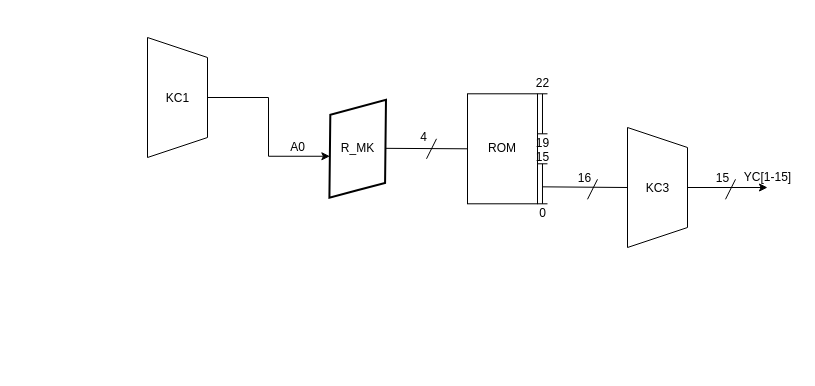
This is BMK.drawio from TimurQQ/Workshop, a draw.io file, before an edit. Source tidied: cells renumbered, new cells numbered last; positions are measured from the earlier drawing's top-left corner, leaving out a move shared by most shapes. Both pictures are drawn from the tidied source at 100%, with x=0, y=0 at pixel (117, 67).
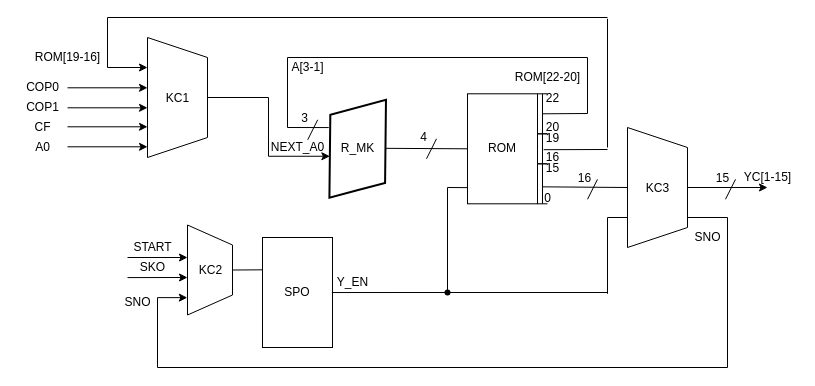
Above is the later version.

The change refers to these unchanged cells:
```xml
<mxCell id="2" style="shape=parallelogram;html=1;strokeWidth=2;perimeter=parallelogramPerimeter;whiteSpace=wrap;rounded=1;arcSize=0;size=0.2796562499999993;rotation=-15;" parent="1" vertex="1">
  <mxGeometry x="200.2" y="41.3" width="80" height="80" as="geometry" />
</mxCell>
<mxCell id="8" value="ROM" style="rounded=0;whiteSpace=wrap;html=1;" parent="1" vertex="1">
  <mxGeometry x="350" y="26.3" width="70" height="110" as="geometry" />
</mxCell>
<mxCell id="12" style="shape=crossbar;whiteSpace=wrap;html=1;rounded=1;direction=south;" parent="1" vertex="1">
  <mxGeometry x="420" y="26.3" width="10" height="40" as="geometry" />
</mxCell>
<mxCell id="18" style="shape=trapezoid;perimeter=trapezoidPerimeter;whiteSpace=wrap;html=1;fixedSize=1;rotation=90;" parent="1" vertex="1">
  <mxGeometry x="480" y="90" width="120" height="60" as="geometry" />
</mxCell>
```

The edit, as a diff of the source:
```diff
@@
-    <mxCell id="7" value="A0" style="text;html=1;align=center;verticalAlign=middle;strokeColor=none;fillColor=none;" parent="1" vertex="1">
-      <mxGeometry x="165" y="70" width="30" height="20" as="geometry" />
+    <mxCell id="7" value="NEXT_A0" style="text;html=1;align=center;verticalAlign=middle;strokeColor=none;fillColor=none;" parent="1" vertex="1">
+      <mxGeometry x="145" y="70" width="70" height="20" as="geometry" />
     </mxCell>
@@
     <mxCell id="13" value="22" style="text;html=1;align=center;verticalAlign=middle;strokeColor=none;fillColor=none;" parent="1" vertex="1">
-      <mxGeometry x="410" y="6.3" width="30" height="20" as="geometry" />
+      <mxGeometry x="420" y="21.3" width="30" height="20" as="geometry" />
     </mxCell>
-    <mxCell id="14" value="19" style="text;html=1;align=center;verticalAlign=middle;strokeColor=none;fillColor=none;" parent="1" vertex="1">
-      <mxGeometry x="410" y="66.3" width="30" height="20" as="geometry" />
+    <mxCell id="14" value="20" style="text;html=1;align=center;verticalAlign=middle;strokeColor=none;fillColor=none;" parent="1" vertex="1">
+      <mxGeometry x="420" y="50" width="30" height="20" as="geometry" />
     </mxCell>
@@
     <mxCell id="16" value="15" style="text;html=1;align=center;verticalAlign=middle;strokeColor=none;fillColor=none;" parent="1" vertex="1">
-      <mxGeometry x="410" y="80.3" width="30" height="20" as="geometry" />
+      <mxGeometry x="420" y="91.3" width="30" height="20" as="geometry" />
     </mxCell>
     <mxCell id="17" value="0" style="text;html=1;align=center;verticalAlign=middle;strokeColor=none;fillColor=none;" parent="1" vertex="1">
-      <mxGeometry x="415" y="136.3" width="20" height="20" as="geometry" />
+      <mxGeometry x="420" y="121.3" width="20" height="20" as="geometry" />
     </mxCell>
@@
+    <mxCell id="27" style="endArrow=none;html=1;rounded=0;entryX=0.5;entryY=0.5;entryDx=0;entryDy=0;entryPerimeter=0;" parent="1" edge="1" target="12">
+      <mxGeometry relative="1" as="geometry">
+        <mxPoint x="470" y="46" as="sourcePoint" />
+      </mxGeometry>
+    </mxCell>
+    <mxCell id="28" style="endArrow=none;html=1;rounded=0;" parent="1" edge="1">
+      <mxGeometry relative="1" as="geometry">
+        <mxPoint x="470" y="-10" as="sourcePoint" />
+        <mxPoint x="470" y="46" as="targetPoint" />
+      </mxGeometry>
+    </mxCell>
+    <mxCell id="29" style="endArrow=none;html=1;rounded=0;" parent="1" edge="1">
+      <mxGeometry relative="1" as="geometry">
+        <mxPoint x="170" y="-10" as="sourcePoint" />
+        <mxPoint x="470" y="-10" as="targetPoint" />
+      </mxGeometry>
+    </mxCell>
+    <mxCell id="30" style="endArrow=none;html=1;rounded=0;" parent="1" edge="1">
+      <mxGeometry relative="1" as="geometry">
+        <mxPoint x="170" y="-10" as="sourcePoint" />
+        <mxPoint x="170" y="60" as="targetPoint" />
+      </mxGeometry>
+    </mxCell>
+    <mxCell id="31" style="endArrow=none;html=1;rounded=0;entryX=0.219;entryY=0.15;entryDx=0;entryDy=0;entryPerimeter=0;" parent="1" edge="1" target="2">
+      <mxGeometry relative="1" as="geometry">
+        <mxPoint x="170" y="60" as="sourcePoint" />
+      </mxGeometry>
+    </mxCell>
+    <mxCell id="32" style="endArrow=none;html=1;rounded=0;fontFamily=Helvetica;fontSize=18;" parent="1" edge="1">
+      <mxGeometry relative="1" as="geometry">
+        <mxPoint x="190.2" y="72.3" as="sourcePoint" />
+        <mxPoint x="200.2" y="52.3" as="targetPoint" />
+      </mxGeometry>
+    </mxCell>
+    <mxCell id="33" value="3" style="text;html=1;align=center;verticalAlign=middle;strokeColor=none;fillColor=none;" parent="1" vertex="1">
+      <mxGeometry x="177.2" y="41.3" width="20" height="20" as="geometry" />
+    </mxCell>
+    <mxCell id="34" value="A[3-1]" style="text;html=1;align=center;verticalAlign=middle;strokeColor=none;fillColor=none;" parent="1" vertex="1">
+      <mxGeometry x="165.2" y="-10" width="50" height="20" as="geometry" />
+    </mxCell>
+    <mxCell id="35" style="shape=crossbar;whiteSpace=wrap;html=1;rounded=1;direction=south;" parent="1" vertex="1">
+      <mxGeometry x="420" y="66.3" width="10" height="30" as="geometry" />
+    </mxCell>
+    <mxCell id="36" value="19" style="text;html=1;align=center;verticalAlign=middle;strokeColor=none;fillColor=none;" parent="1" vertex="1">
+      <mxGeometry x="420" y="61.3" width="30" height="20" as="geometry" />
+    </mxCell>
+    <mxCell id="37" value="16" style="text;html=1;align=center;verticalAlign=middle;points=[];strokeColor=none;fillColor=none;" parent="1" vertex="1">
+      <mxGeometry x="420" y="80.3" width="30" height="20" as="geometry" />
+    </mxCell>
+    <mxCell id="38" style="endArrow=none;html=1;rounded=0;entryX=0.207;entryY=0.095;entryDx=0;entryDy=0;entryPerimeter=0;" parent="1" edge="1" target="37">
+      <mxGeometry relative="1" as="geometry">
+        <mxPoint x="490" y="82" as="sourcePoint" />
+      </mxGeometry>
+    </mxCell>
+    <mxCell id="39" style="endArrow=none;html=1;rounded=0;" parent="1" edge="1">
+      <mxGeometry relative="1" as="geometry">
+        <mxPoint x="490" y="-48.7" as="sourcePoint" />
+        <mxPoint x="490" y="80" as="targetPoint" />
+      </mxGeometry>
+    </mxCell>
+    <mxCell id="40" style="endArrow=none;html=1;rounded=0;" parent="1" edge="1">
+      <mxGeometry relative="1" as="geometry">
+        <mxPoint x="-10" y="-50" as="sourcePoint" />
+        <mxPoint x="490" y="-50" as="targetPoint" />
+      </mxGeometry>
+    </mxCell>
+    <mxCell id="41" style="endArrow=none;html=1;rounded=0;" parent="1" edge="1">
+      <mxGeometry relative="1" as="geometry">
+        <mxPoint x="-10" y="-50" as="sourcePoint" />
+        <mxPoint x="-10" as="targetPoint" />
+      </mxGeometry>
+    </mxCell>
+    <mxCell id="42" style="endArrow=classic;html=1;rounded=0;" parent="1" edge="1">
+      <mxGeometry relative="1" as="geometry">
+        <mxPoint x="-10" as="sourcePoint" />
+        <mxPoint x="30" as="targetPoint" />
+      </mxGeometry>
+    </mxCell>
+    <mxCell id="43" value="ROM[19-16]" style="text;html=1;align=center;verticalAlign=middle;strokeColor=none;fillColor=none;" parent="1" vertex="1">
+      <mxGeometry x="-90" y="-20" width="80" height="20" as="geometry" />
+    </mxCell>
+    <mxCell id="44" style="endArrow=classic;html=1;rounded=0;exitX=0.5;exitY=0;exitDx=0;exitDy=0;" parent="1" edge="1">
+      <mxGeometry relative="1" as="geometry">
+        <mxPoint x="-50" y="20.3" as="sourcePoint" />
+        <mxPoint x="30" y="20.3" as="targetPoint" />
+      </mxGeometry>
+    </mxCell>
+    <mxCell id="45" style="endArrow=classic;html=1;rounded=0;exitX=0.5;exitY=0;exitDx=0;exitDy=0;" parent="1" edge="1">
+      <mxGeometry relative="1" as="geometry">
+        <mxPoint x="-50" y="40.3" as="sourcePoint" />
+        <mxPoint x="30" y="40.3" as="targetPoint" />
+      </mxGeometry>
+    </mxCell>
+    <mxCell id="46" style="endArrow=classic;html=1;rounded=0;exitX=0.5;exitY=0;exitDx=0;exitDy=0;" parent="1" edge="1">
+      <mxGeometry relative="1" as="geometry">
+        <mxPoint x="-50" y="59.3" as="sourcePoint" />
+        <mxPoint x="30" y="59.3" as="targetPoint" />
+      </mxGeometry>
+    </mxCell>
+    <mxCell id="47" style="endArrow=classic;html=1;rounded=0;exitX=0.5;exitY=0;exitDx=0;exitDy=0;" parent="1" edge="1">
+      <mxGeometry relative="1" as="geometry">
+        <mxPoint x="-50" y="79.3" as="sourcePoint" />
+        <mxPoint x="30" y="79.3" as="targetPoint" />
+      </mxGeometry>
+    </mxCell>
+    <mxCell id="48" value="COP0" style="text;html=1;align=center;verticalAlign=middle;strokeColor=none;fillColor=none;" parent="1" vertex="1">
+      <mxGeometry x="-100" y="10" width="50" height="20" as="geometry" />
+    </mxCell>
+    <mxCell id="49" value="COP1" style="text;html=1;align=center;verticalAlign=middle;strokeColor=none;fillColor=none;" parent="1" vertex="1">
+      <mxGeometry x="-100" y="30" width="50" height="20" as="geometry" />
+    </mxCell>
+    <mxCell id="50" value="CF" style="text;html=1;align=center;verticalAlign=middle;strokeColor=none;fillColor=none;" parent="1" vertex="1">
+      <mxGeometry x="-90" y="50" width="30" height="20" as="geometry" />
+    </mxCell>
+    <mxCell id="51" value="A0" style="text;html=1;align=center;verticalAlign=middle;strokeColor=none;fillColor=none;" parent="1" vertex="1">
+      <mxGeometry x="-90" y="70" width="30" height="20" as="geometry" />
+    </mxCell>
+    <mxCell id="52" value="ROM[22-20]" style="text;html=1;align=center;verticalAlign=middle;strokeColor=none;fillColor=none;" parent="1" vertex="1">
+      <mxGeometry x="390" width="80" height="20" as="geometry" />
+    </mxCell>
+    <mxCell id="53" value="SPO" style="rounded=0;whiteSpace=wrap;html=1;" parent="1" vertex="1">
+      <mxGeometry x="145" y="170" width="70" height="110" as="geometry" />
+    </mxCell>
+    <mxCell id="54" style="endArrow=none;html=1;rounded=0;exitDx=0;exitDy=0;startArrow=none;" parent="1" edge="1" source="61">
+      <mxGeometry relative="1" as="geometry">
+        <mxPoint x="330" y="225" as="targetPoint" />
+      </mxGeometry>
+    </mxCell>
+    <mxCell id="55" value="Y_EN" style="text;html=1;align=center;verticalAlign=middle;points=[];strokeColor=none;fillColor=none;" parent="1" vertex="1">
+      <mxGeometry x="210" y="205" width="50" height="20" as="geometry" />
+    </mxCell>
+    <mxCell id="56" style="endArrow=none;html=1;rounded=0;" parent="1" edge="1">
+      <mxGeometry relative="1" as="geometry">
+        <mxPoint x="330" y="225" as="sourcePoint" />
+        <mxPoint x="330" y="120" as="targetPoint" />
+      </mxGeometry>
+    </mxCell>
+    <mxCell id="57" style="endArrow=none;html=1;rounded=0;exitX=-0.004;exitY=0.853;exitDx=0;exitDy=0;exitPerimeter=0;" parent="1" edge="1" source="8">
+      <mxGeometry relative="1" as="geometry">
+        <mxPoint x="330" y="120" as="targetPoint" />
+      </mxGeometry>
+    </mxCell>
+    <mxCell id="58" style="endArrow=none;html=1;rounded=0;" parent="1" edge="1">
+      <mxGeometry relative="1" as="geometry">
+        <mxPoint x="330" y="225" as="sourcePoint" />
+        <mxPoint x="490" y="225" as="targetPoint" />
+      </mxGeometry>
+    </mxCell>
+    <mxCell id="59" style="endArrow=none;html=1;rounded=0;" parent="1" edge="1">
+      <mxGeometry relative="1" as="geometry">
+        <mxPoint x="490" y="226.3" as="sourcePoint" />
+        <mxPoint x="490" y="150" as="targetPoint" />
+      </mxGeometry>
+    </mxCell>
+    <mxCell id="60" style="endArrow=none;html=1;rounded=0;exitX=0.75;exitY=1;exitDx=0;exitDy=0;" parent="1" edge="1" source="18">
+      <mxGeometry relative="1" as="geometry">
+        <mxPoint x="490" y="150" as="targetPoint" />
+      </mxGeometry>
+    </mxCell>
+    <mxCell id="61" style="shape=waypoint;sketch=0;fillStyle=solid;size=6;points=[];fillColor=none;perimeter=centerPerimeter;snapToPoint=1;" parent="1" vertex="1">
+      <mxGeometry x="310" y="205" width="40" height="40" as="geometry" />
+    </mxCell>
+    <mxCell id="62" style="endArrow=none;html=1;rounded=0;exitX=0.088;exitY=1.002;exitDx=0;exitDy=0;exitPerimeter=0;" parent="1" edge="1" source="55" target="61">
+      <mxGeometry relative="1" as="geometry" />
+    </mxCell>
+    <mxCell id="63" style="endArrow=none;html=1;rounded=0;entryX=0.75;entryY=0;entryDx=0;entryDy=0;" parent="1" edge="1" target="18">
+      <mxGeometry relative="1" as="geometry">
+        <mxPoint x="610" y="150" as="sourcePoint" />
+      </mxGeometry>
+    </mxCell>
+    <mxCell id="64" style="endArrow=none;html=1;rounded=0;" parent="1" edge="1">
+      <mxGeometry relative="1" as="geometry">
+        <mxPoint x="610" y="300" as="sourcePoint" />
+        <mxPoint x="610" y="150" as="targetPoint" />
+      </mxGeometry>
+    </mxCell>
+    <mxCell id="65" style="endArrow=none;html=1;rounded=0;" parent="1" edge="1">
+      <mxGeometry relative="1" as="geometry">
+        <mxPoint x="40" y="300" as="sourcePoint" />
+        <mxPoint x="610" y="300" as="targetPoint" />
+      </mxGeometry>
+    </mxCell>
+    <mxCell id="66" value="SNO" style="text;html=1;align=center;verticalAlign=middle;strokeColor=none;fillColor=none;" parent="1" vertex="1">
+      <mxGeometry x="570" y="160" width="40" height="20" as="geometry" />
+    </mxCell>
+    <mxCell id="67" style="endArrow=none;html=1;rounded=0;" parent="1" edge="1">
+      <mxGeometry relative="1" as="geometry">
+        <mxPoint x="40" y="230" as="sourcePoint" />
+        <mxPoint x="40" y="300" as="targetPoint" />
+      </mxGeometry>
+    </mxCell>
+    <mxCell id="68" value="SNO" style="text;html=1;align=center;verticalAlign=middle;points=[];strokeColor=none;fillColor=none;" parent="1" vertex="1">
+      <mxGeometry y="225" width="40" height="20" as="geometry" />
+    </mxCell>
+    <mxCell id="69" style="endArrow=classic;html=1;rounded=0;" parent="1" edge="1">
+      <mxGeometry relative="1" as="geometry">
+        <mxPoint x="10" y="190" as="sourcePoint" />
+        <mxPoint x="70" y="190" as="targetPoint" />
+      </mxGeometry>
+    </mxCell>
+    <mxCell id="70" value="START" style="text;html=1;align=center;verticalAlign=middle;strokeColor=none;fillColor=none;" parent="1" vertex="1">
+      <mxGeometry x="10" y="170" width="50" height="20" as="geometry" />
+    </mxCell>
+    <mxCell id="71" style="endArrow=classic;html=1;rounded=0;" parent="1" edge="1">
+      <mxGeometry relative="1" as="geometry">
+        <mxPoint x="10" y="210.1" as="sourcePoint" />
+        <mxPoint x="70" y="210" as="targetPoint" />
+      </mxGeometry>
+    </mxCell>
+    <mxCell id="72" value="SKO" style="text;html=1;align=center;verticalAlign=middle;strokeColor=none;fillColor=none;" parent="1" vertex="1">
+      <mxGeometry x="15" y="190" width="40" height="20" as="geometry" />
+    </mxCell>
+    <mxCell id="73" style="shape=trapezoid;perimeter=trapezoidPerimeter;whiteSpace=wrap;html=1;fixedSize=1;rotation=90;" parent="1" vertex="1">
+      <mxGeometry x="47.5" y="180" width="90" height="45" as="geometry" />
+    </mxCell>
+    <mxCell id="74" style="endArrow=classic;html=1;rounded=0;exitX=1.003;exitY=0.256;exitDx=0;exitDy=0;exitPerimeter=0;entryX=0.807;entryY=1.004;entryDx=0;entryDy=0;entryPerimeter=0;" parent="1" edge="1" source="68" target="73">
+      <mxGeometry relative="1" as="geometry" />
+    </mxCell>
+    <mxCell id="75" style="endArrow=none;html=1;rounded=0;exitX=0.5;exitY=0;exitDx=0;exitDy=0;entryX=-0.006;entryY=0.294;entryDx=0;entryDy=0;entryPerimeter=0;" parent="1" edge="1" source="73" target="53">
+      <mxGeometry relative="1" as="geometry" />
+    </mxCell>
+    <mxCell id="76" value="KC2" style="text;html=1;align=center;verticalAlign=middle;strokeColor=none;fillColor=none;" parent="1" vertex="1">
+      <mxGeometry x="72.5" y="192.5" width="40" height="20" as="geometry" />
+    </mxCell>
```
